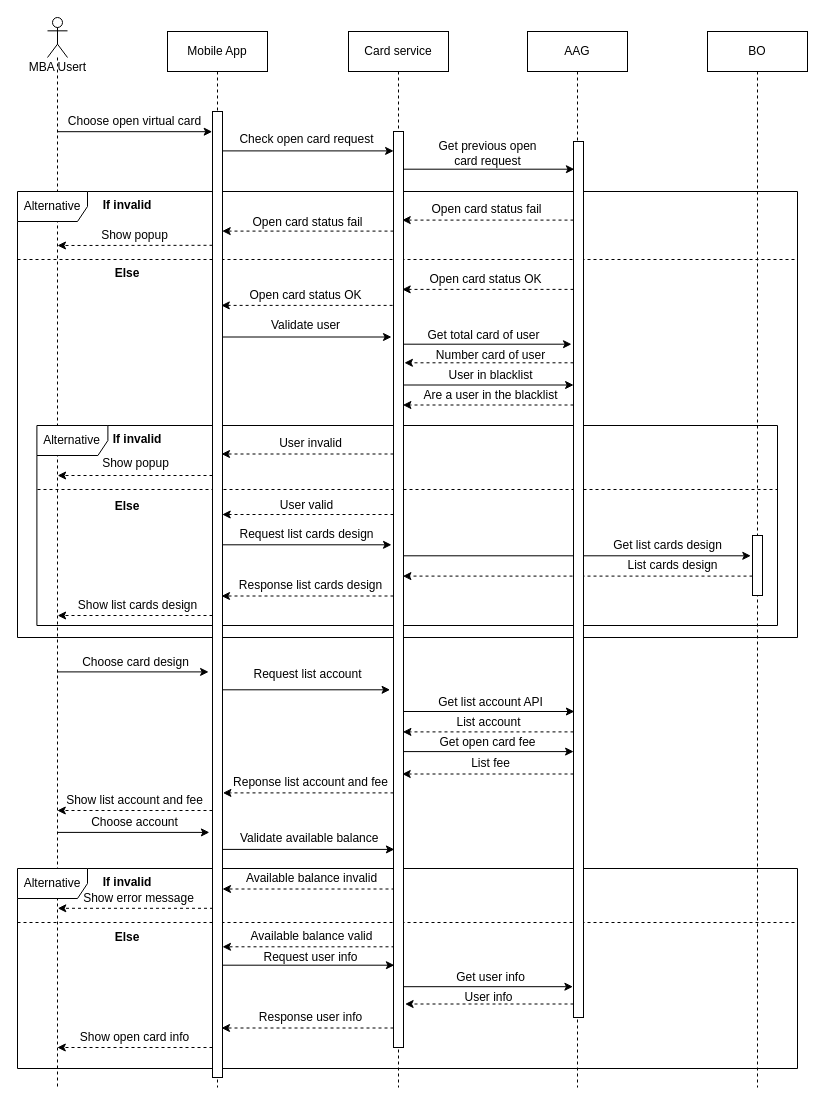
Before: page "Open-card" (2 of 13) of Sequence Diagram.drawio in lyminh1994/diagram, a draw.io diagram. Source tidied: cells renumbered, new cells numbered last; positions are measured from the earlier drawing's top-left corner, leaving out a move shared by most shapes. Both pictures are drawn from the tidied source at 100%, with x=0, y=0 at pixel (17, 17).
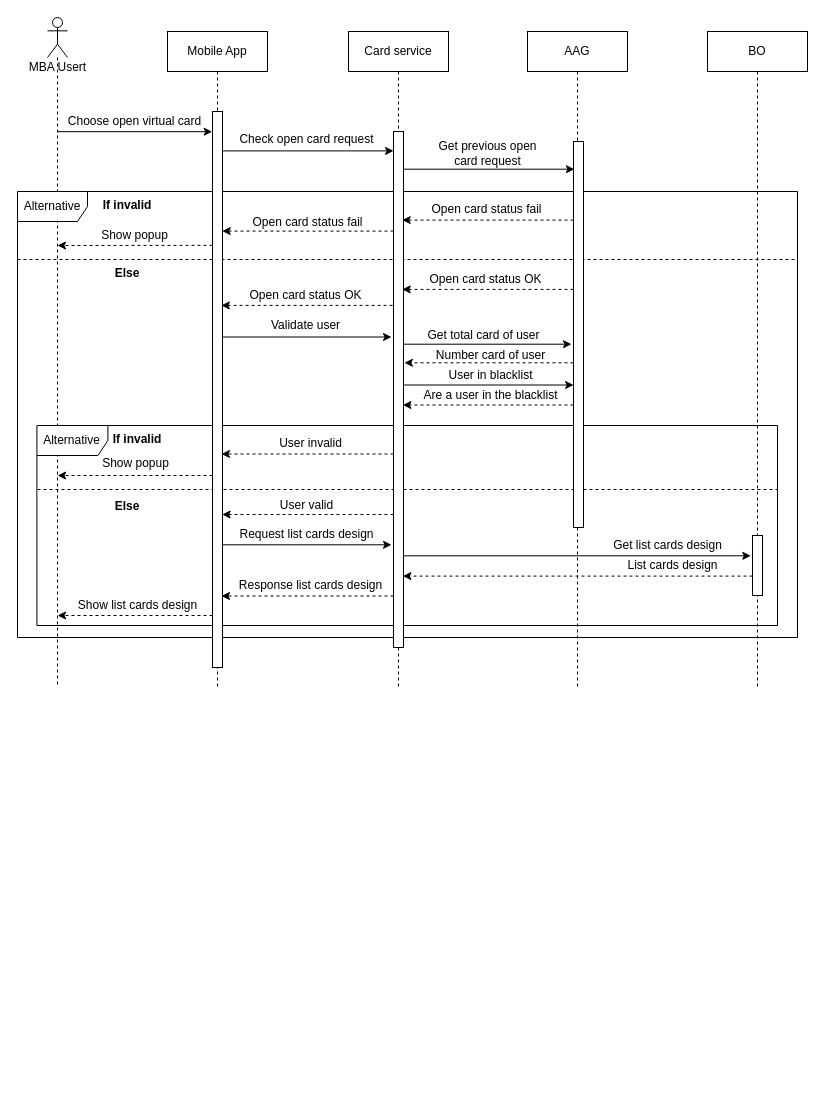
The same diagram, later.

Change to the diagram source:
```diff
@@
-    <mxCell id="3" style="edgeStyle=none;rounded=0;orthogonalLoop=1;jettySize=auto;html=1;entryX=-0.386;entryY=0.666;entryDx=0;entryDy=0;entryPerimeter=0;fontSize=12;" parent="1" edge="1">
-      <mxGeometry relative="1" as="geometry">
-        <mxPoint x="39.5" y="654.4" as="sourcePoint" />
-        <mxPoint x="191.1" y="654.4" as="targetPoint" />
-      </mxGeometry>
-    </mxCell>
-    <mxCell id="4" style="edgeStyle=none;rounded=0;orthogonalLoop=1;jettySize=auto;html=1;entryX=-0.314;entryY=0.857;entryDx=0;entryDy=0;entryPerimeter=0;fontSize=12;" parent="1" edge="1">
-      <mxGeometry relative="1" as="geometry">
-        <mxPoint x="39.5" y="814.9" as="sourcePoint" />
-        <mxPoint x="191.9" y="814.9" as="targetPoint" />
-      </mxGeometry>
-    </mxCell>
     <mxCell id="5" value="MBA Usert" style="shape=umlLifeline;participant=umlActor;perimeter=lifelinePerimeter;html=1;verticalAlign=top;spacingTop=36;outlineConnect=0;strokeColor=#000000;strokeWidth=1;fillColor=none;size=40;" parent="1" vertex="1">
-      <mxGeometry x="30" width="20" height="1070" as="geometry" />
+      <mxGeometry x="30" width="20" height="670" as="geometry" />
     </mxCell>
     <mxCell id="6" value="&lt;span&gt;Mobile App&lt;/span&gt;" style="shape=umlLifeline;perimeter=lifelinePerimeter;whiteSpace=wrap;html=1;rounded=0;shadow=0;strokeColor=#000000;strokeWidth=1;fillColor=none;verticalAlign=middle;" parent="1" vertex="1">
-      <mxGeometry x="150" y="14" width="100" height="1056" as="geometry" />
+      <mxGeometry x="150" y="14" width="100" height="656" as="geometry" />
     </mxCell>
     <mxCell id="7" value="&lt;span&gt;Card service&lt;/span&gt;" style="shape=umlLifeline;perimeter=lifelinePerimeter;whiteSpace=wrap;html=1;rounded=0;shadow=0;strokeColor=#000000;strokeWidth=1;fillColor=none;verticalAlign=middle;" parent="1" vertex="1">
-      <mxGeometry x="331" y="14" width="100" height="1056" as="geometry" />
+      <mxGeometry x="331" y="14" width="100" height="656" as="geometry" />
     </mxCell>
     <mxCell id="8" value="&lt;span&gt;BO&lt;/span&gt;" style="shape=umlLifeline;perimeter=lifelinePerimeter;whiteSpace=wrap;html=1;rounded=0;shadow=0;strokeColor=#000000;strokeWidth=1;fillColor=none;verticalAlign=middle;" parent="1" vertex="1">
-      <mxGeometry x="690" y="14" width="100" height="1056" as="geometry" />
+      <mxGeometry x="690" y="14" width="100" height="656" as="geometry" />
     </mxCell>
-    <mxCell id="9" value="Get list account API" style="text;html=1;align=center;verticalAlign=middle;strokeColor=none;fontSize=12;" parent="1" vertex="1">
-      <mxGeometry x="413.4" y="675" width="120" height="20" as="geometry" />
-    </mxCell>
-    <mxCell id="10" value="Request list account" style="text;html=1;align=center;verticalAlign=middle;strokeColor=none;fontSize=12;" parent="1" vertex="1">
-      <mxGeometry x="229.5" y="647" width="120" height="20" as="geometry" />
-    </mxCell>
-    <mxCell id="11" value="List account" style="text;html=1;align=center;verticalAlign=middle;strokeColor=none;fontSize=12;" parent="1" vertex="1">
-      <mxGeometry x="431" y="695" width="80" height="20" as="geometry" />
-    </mxCell>
-    <mxCell id="12" value="List fee" style="text;html=1;align=center;verticalAlign=middle;strokeColor=none;fontSize=12;" parent="1" vertex="1">
-      <mxGeometry x="447.9" y="736" width="50" height="20" as="geometry" />
-    </mxCell>
     <mxCell id="13" value="AAG" style="shape=umlLifeline;perimeter=lifelinePerimeter;whiteSpace=wrap;html=1;" parent="1" vertex="1">
-      <mxGeometry x="510" y="14" width="100" height="1056" as="geometry" />
+      <mxGeometry x="510" y="14" width="100" height="656" as="geometry" />
     </mxCell>
-    <mxCell id="14" value="Choose card design" style="text;html=1;align=center;verticalAlign=middle;strokeColor=none;fontSize=12;" parent="1" vertex="1">
-      <mxGeometry x="57.9" y="635" width="120" height="20" as="geometry" />
-    </mxCell>
-    <mxCell id="15" value="Reponse list account and&amp;nbsp;fee" style="text;html=1;align=center;verticalAlign=middle;strokeColor=none;fontSize=12;" parent="1" vertex="1">
-      <mxGeometry x="208.4" y="755" width="170" height="20" as="geometry" />
-    </mxCell>
-    <mxCell id="16" value="Show list account and fee" style="text;html=1;align=center;verticalAlign=middle;strokeColor=none;fontSize=12;" parent="1" vertex="1">
-      <mxGeometry x="41.6" y="773" width="150" height="20" as="geometry" />
-    </mxCell>
-    <mxCell id="17" value="Get open card fee" style="text;html=1;align=center;verticalAlign=middle;strokeColor=none;fontSize=12;" parent="1" vertex="1">
-      <mxGeometry x="414.5" y="715" width="110" height="20" as="geometry" />
-    </mxCell>
-    <mxCell id="18" value="Choose account" style="text;html=1;align=center;verticalAlign=middle;strokeColor=none;fontSize=12;" parent="1" vertex="1">
-      <mxGeometry x="66.6" y="795" width="100" height="20" as="geometry" />
-    </mxCell>
@@
-    <mxCell id="44" style="edgeStyle=none;rounded=0;orthogonalLoop=1;jettySize=auto;html=1;entryX=-0.343;entryY=0.688;entryDx=0;entryDy=0;entryPerimeter=0;fontSize=12;" parent="1" edge="1">
-      <mxGeometry relative="1" as="geometry">
-        <mxPoint x="205" y="672.3" as="sourcePoint" />
-        <mxPoint x="372.6" y="672.3" as="targetPoint" />
-      </mxGeometry>
-    </mxCell>
@@
-    <mxCell id="47" style="edgeStyle=none;rounded=0;orthogonalLoop=1;jettySize=auto;html=1;dashed=1;fontSize=12;" parent="1" edge="1">
-      <mxGeometry relative="1" as="geometry">
-        <mxPoint x="195" y="793" as="sourcePoint" />
-        <mxPoint x="39.8" y="793" as="targetPoint" />
-      </mxGeometry>
-    </mxCell>
-    <mxCell id="48" style="edgeStyle=none;rounded=0;orthogonalLoop=1;jettySize=auto;html=1;entryX=0.086;entryY=0.885;entryDx=0;entryDy=0;entryPerimeter=0;fontSize=12;" parent="1" edge="1">
-      <mxGeometry relative="1" as="geometry">
-        <mxPoint x="205" y="831.9" as="sourcePoint" />
-        <mxPoint x="376.9" y="831.9" as="targetPoint" />
-      </mxGeometry>
-    </mxCell>
@@
-    <mxCell id="55" style="edgeStyle=none;rounded=0;orthogonalLoop=1;jettySize=auto;html=1;entryX=0.086;entryY=0.739;entryDx=0;entryDy=0;entryPerimeter=0;fontSize=12;" parent="1" edge="1">
-      <mxGeometry relative="1" as="geometry">
-        <mxPoint x="386" y="694" as="sourcePoint" />
-        <mxPoint x="556.9" y="694" as="targetPoint" />
-      </mxGeometry>
-    </mxCell>
-    <mxCell id="56" style="edgeStyle=none;rounded=0;orthogonalLoop=1;jettySize=auto;html=1;entryX=0.014;entryY=0.791;entryDx=0;entryDy=0;entryPerimeter=0;fontSize=12;" parent="1" edge="1">
-      <mxGeometry relative="1" as="geometry">
-        <mxPoint x="386" y="734.1" as="sourcePoint" />
-        <mxPoint x="556.1" y="734.1" as="targetPoint" />
-      </mxGeometry>
-    </mxCell>
@@
-    <mxCell id="60" style="edgeStyle=none;rounded=0;orthogonalLoop=1;jettySize=auto;html=1;entryX=1.043;entryY=0.81;entryDx=0;entryDy=0;entryPerimeter=0;dashed=1;fontSize=12;" parent="1" edge="1">
-      <mxGeometry relative="1" as="geometry">
-        <mxPoint x="376" y="775.4" as="sourcePoint" />
-        <mxPoint x="205.4" y="775.4" as="targetPoint" />
-      </mxGeometry>
-    </mxCell>
@@
-    <mxCell id="63" style="edgeStyle=none;rounded=0;orthogonalLoop=1;jettySize=auto;html=1;entryX=0.943;entryY=0.74;entryDx=0;entryDy=0;entryPerimeter=0;dashed=1;fontSize=12;" parent="1" edge="1">
-      <mxGeometry relative="1" as="geometry">
-        <mxPoint x="556" y="714.4" as="sourcePoint" />
-        <mxPoint x="385.4" y="714.4" as="targetPoint" />
-      </mxGeometry>
-    </mxCell>
-    <mxCell id="64" style="edgeStyle=none;rounded=0;orthogonalLoop=1;jettySize=auto;html=1;dashed=1;fontSize=12;entryX=0.871;entryY=0.792;entryDx=0;entryDy=0;entryPerimeter=0;" parent="1" edge="1">
-      <mxGeometry relative="1" as="geometry">
-        <mxPoint x="556" y="756.5" as="sourcePoint" />
-        <mxPoint x="384.7" y="756.5" as="targetPoint" />
-      </mxGeometry>
-    </mxCell>
@@
-    <mxCell id="69" value="&amp;nbsp;Validate available balance" style="text;html=1;align=center;verticalAlign=middle;strokeColor=none;fontSize=12;" parent="1" vertex="1">
-      <mxGeometry x="209.5" y="811" width="160" height="20" as="geometry" />
-    </mxCell>
-    <mxCell id="70" value="Alternative" style="shape=umlFrame;whiteSpace=wrap;html=1;fontSize=12;verticalAlign=middle;width=70;height=30;" parent="1" vertex="1">
-      <mxGeometry y="851" width="780" height="200" as="geometry" />
-    </mxCell>
-    <mxCell id="71" value="Request user info" style="text;html=1;align=center;verticalAlign=middle;strokeColor=none;fontSize=12;" parent="1" vertex="1">
-      <mxGeometry x="237.9" y="930" width="110" height="20" as="geometry" />
-    </mxCell>
-    <mxCell id="72" value="Get user info" style="text;html=1;align=center;verticalAlign=middle;strokeColor=none;fontSize=12;" parent="1" vertex="1">
-      <mxGeometry x="433.4" y="950" width="80" height="20" as="geometry" />
-    </mxCell>
-    <mxCell id="73" value="User info" style="text;html=1;align=center;verticalAlign=middle;strokeColor=none;fontSize=12;" parent="1" vertex="1">
-      <mxGeometry x="441" y="970" width="60" height="20" as="geometry" />
-    </mxCell>
-    <mxCell id="74" value="Response user info" style="text;html=1;align=center;verticalAlign=middle;strokeColor=none;fontSize=12;" parent="1" vertex="1">
-      <mxGeometry x="232.9" y="990" width="120" height="20" as="geometry" />
-    </mxCell>
-    <mxCell id="75" value="Show open card info" style="text;html=1;align=center;verticalAlign=middle;strokeColor=none;fontSize=12;" parent="1" vertex="1">
-      <mxGeometry x="56.6" y="1010" width="120" height="20" as="geometry" />
-    </mxCell>
-    <mxCell id="76" style="edgeStyle=none;rounded=0;orthogonalLoop=1;jettySize=auto;html=1;entryX=0.086;entryY=0.886;entryDx=0;entryDy=0;entryPerimeter=0;fontSize=12;" parent="1" edge="1">
-      <mxGeometry relative="1" as="geometry">
-        <mxPoint x="205" y="947.7" as="sourcePoint" />
-        <mxPoint x="376.9" y="947.7" as="targetPoint" />
-      </mxGeometry>
-    </mxCell>
-    <mxCell id="77" style="edgeStyle=none;rounded=0;orthogonalLoop=1;jettySize=auto;html=1;dashed=1;fontSize=12;" parent="1" edge="1">
-      <mxGeometry relative="1" as="geometry">
-        <mxPoint x="195" y="1030" as="sourcePoint" />
-        <mxPoint x="39.8" y="1030" as="targetPoint" />
-        <Array as="points">
-          <mxPoint x="180" y="1030" />
-        </Array>
-      </mxGeometry>
-    </mxCell>
-    <mxCell id="78" style="edgeStyle=none;rounded=0;orthogonalLoop=1;jettySize=auto;html=1;entryX=-0.057;entryY=0.947;entryDx=0;entryDy=0;entryPerimeter=0;fontSize=12;" parent="1" edge="1">
-      <mxGeometry relative="1" as="geometry">
-        <mxPoint x="386" y="969.2" as="sourcePoint" />
-        <mxPoint x="555.4" y="969.2" as="targetPoint" />
-      </mxGeometry>
-    </mxCell>
-    <mxCell id="79" style="edgeStyle=none;rounded=0;orthogonalLoop=1;jettySize=auto;html=1;entryX=0.9;entryY=0.953;entryDx=0;entryDy=0;entryPerimeter=0;dashed=1;fontSize=12;" parent="1" edge="1">
-      <mxGeometry relative="1" as="geometry">
-        <mxPoint x="376" y="1010.5" as="sourcePoint" />
-        <mxPoint x="204" y="1010.5" as="targetPoint" />
-      </mxGeometry>
-    </mxCell>
-    <mxCell id="80" style="edgeStyle=none;rounded=0;orthogonalLoop=1;jettySize=auto;html=1;entryX=1.157;entryY=0.934;entryDx=0;entryDy=0;entryPerimeter=0;dashed=1;fontSize=12;" parent="1" edge="1">
-      <mxGeometry relative="1" as="geometry">
-        <mxPoint x="556" y="986.5" as="sourcePoint" />
-        <mxPoint x="387.6" y="986.5" as="targetPoint" />
-      </mxGeometry>
-    </mxCell>
-    <mxCell id="81" style="line;strokeWidth=1;fillColor=none;align=left;verticalAlign=middle;spacingTop=-1;spacingLeft=3;spacingRight=3;labelPosition=right;fontSize=12;dashed=1;" parent="1" vertex="1">
-      <mxGeometry y="901" width="780" height="8" as="geometry" />
-    </mxCell>
-    <mxCell id="82" value="Available balance invalid" style="text;html=1;align=center;verticalAlign=middle;strokeColor=none;fontSize=12;" parent="1" vertex="1">
-      <mxGeometry x="218.9" y="851" width="150" height="20" as="geometry" />
-    </mxCell>
-    <mxCell id="83" style="edgeStyle=none;rounded=0;orthogonalLoop=1;jettySize=auto;html=1;entryX=0.9;entryY=0.403;entryDx=0;entryDy=0;entryPerimeter=0;dashed=1;fontSize=12;" parent="1" edge="1">
-      <mxGeometry relative="1" as="geometry">
-        <mxPoint x="377" y="871.5" as="sourcePoint" />
-        <mxPoint x="205" y="871.5" as="targetPoint" />
-      </mxGeometry>
-    </mxCell>
-    <mxCell id="84" value="Available balance valid" style="text;html=1;align=center;verticalAlign=middle;strokeColor=none;fontSize=12;" parent="1" vertex="1">
-      <mxGeometry x="223.9" y="908.8" width="140" height="20" as="geometry" />
-    </mxCell>
-    <mxCell id="85" style="edgeStyle=none;rounded=0;orthogonalLoop=1;jettySize=auto;html=1;entryX=0.9;entryY=0.403;entryDx=0;entryDy=0;entryPerimeter=0;dashed=1;fontSize=12;" parent="1" edge="1">
-      <mxGeometry relative="1" as="geometry">
-        <mxPoint x="377" y="929.3" as="sourcePoint" />
-        <mxPoint x="205" y="929.3" as="targetPoint" />
-      </mxGeometry>
-    </mxCell>
-    <mxCell id="86" value="Show error message" style="text;html=1;align=center;verticalAlign=middle;strokeColor=none;fontSize=12;" parent="1" vertex="1">
-      <mxGeometry x="56.1" y="871" width="130" height="20" as="geometry" />
-    </mxCell>
-    <mxCell id="87" style="edgeStyle=none;rounded=0;orthogonalLoop=1;jettySize=auto;html=1;entryX=0.051;entryY=0.339;entryDx=0;entryDy=0;entryPerimeter=0;dashed=1;fontSize=12;" parent="1" edge="1">
-      <mxGeometry relative="1" as="geometry">
-        <mxPoint x="195.5" y="890.8" as="sourcePoint" />
-        <mxPoint x="40.3" y="890.8" as="targetPoint" />
-      </mxGeometry>
-    </mxCell>
     <mxCell id="88" style="html=1;perimeter=orthogonalPerimeter;fontSize=12;verticalAlign=middle;" parent="1" vertex="1">
-      <mxGeometry x="556" y="124" width="10" height="876" as="geometry" />
+      <mxGeometry x="556" y="124" width="10" height="386" as="geometry" />
     </mxCell>
     <mxCell id="89" style="html=1;perimeter=orthogonalPerimeter;fontSize=12;verticalAlign=middle;" parent="1" vertex="1">
-      <mxGeometry x="376" y="114" width="10" height="916" as="geometry" />
+      <mxGeometry x="376" y="114" width="10" height="516" as="geometry" />
     </mxCell>
     <mxCell id="90" style="html=1;perimeter=orthogonalPerimeter;fontSize=12;verticalAlign=middle;" parent="1" vertex="1">
-      <mxGeometry x="195" y="94" width="10" height="966" as="geometry" />
+      <mxGeometry x="195" y="94" width="10" height="556" as="geometry" />
     </mxCell>
@@
-    <mxCell id="95" value="If invalid" style="text;align=center;fontStyle=1;verticalAlign=middle;spacingLeft=3;spacingRight=3;strokeColor=none;dashed=1;fontSize=12;" parent="1" vertex="1">
-      <mxGeometry x="70" y="851" width="80" height="26" as="geometry" />
-    </mxCell>
-    <mxCell id="96" value="Else" style="text;align=center;fontStyle=1;verticalAlign=middle;spacingLeft=3;spacingRight=3;strokeColor=none;dashed=1;fontSize=12;" parent="1" vertex="1">
-      <mxGeometry x="70" y="905.8" width="80" height="26" as="geometry" />
-    </mxCell>
```
